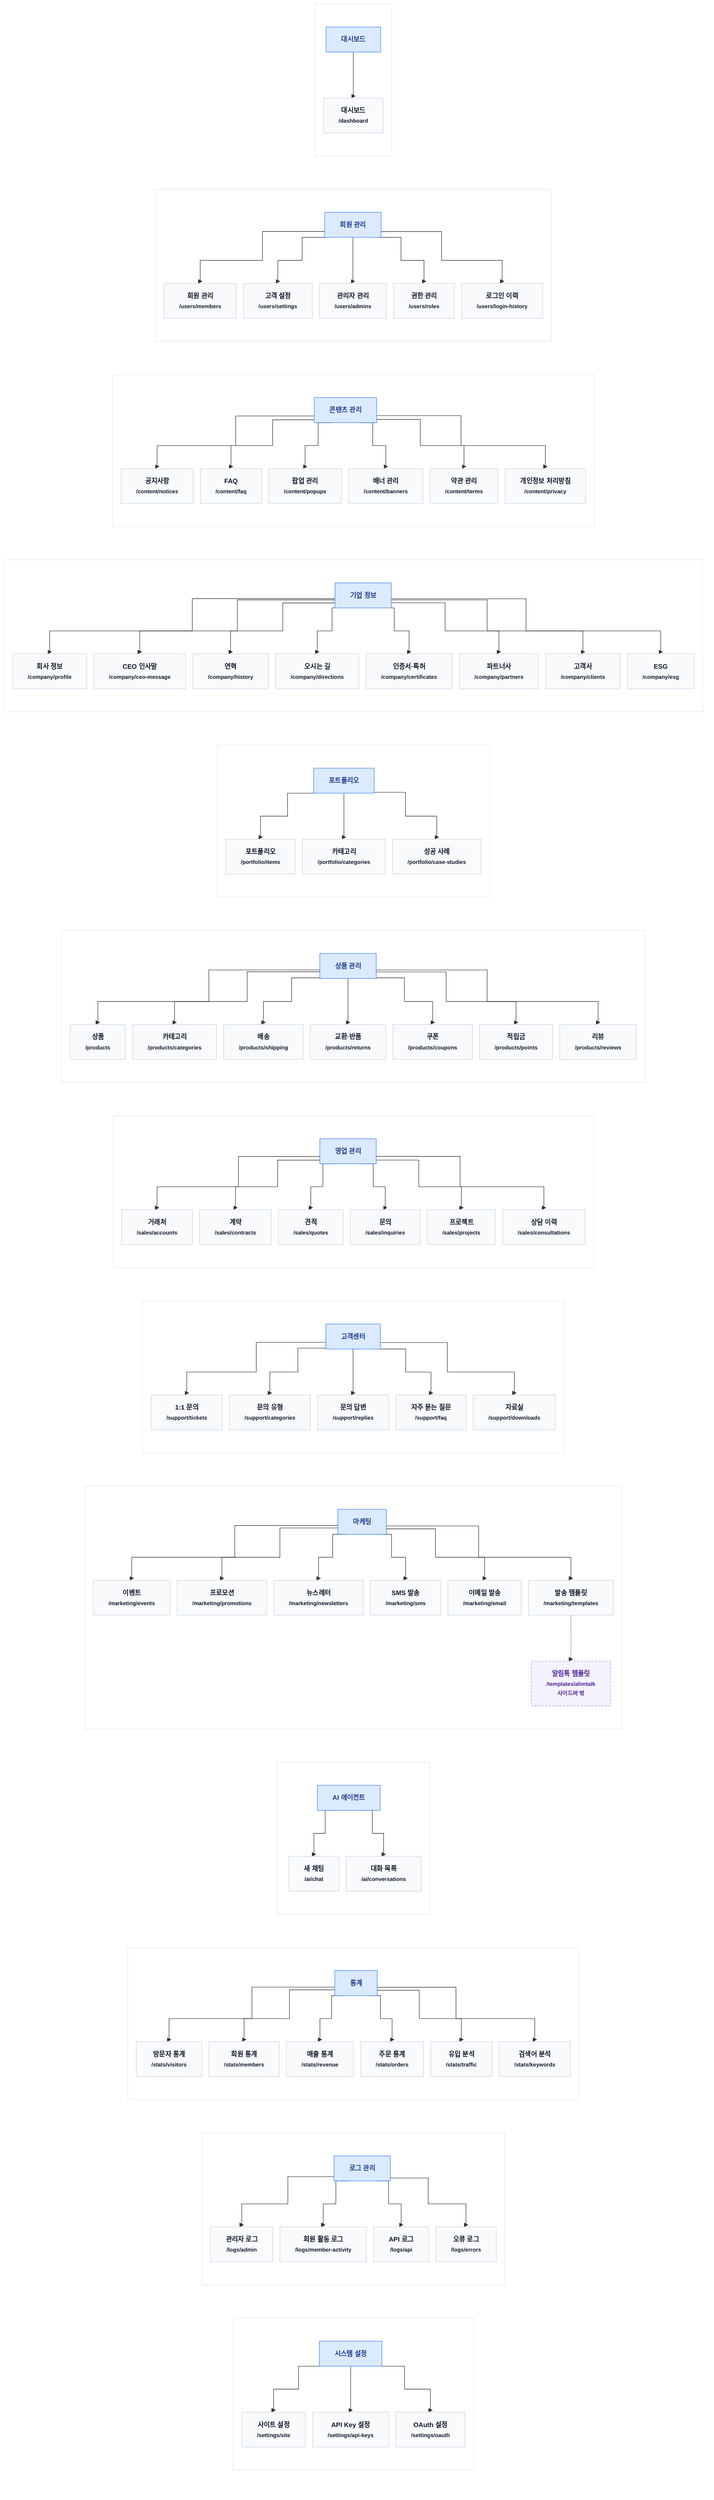
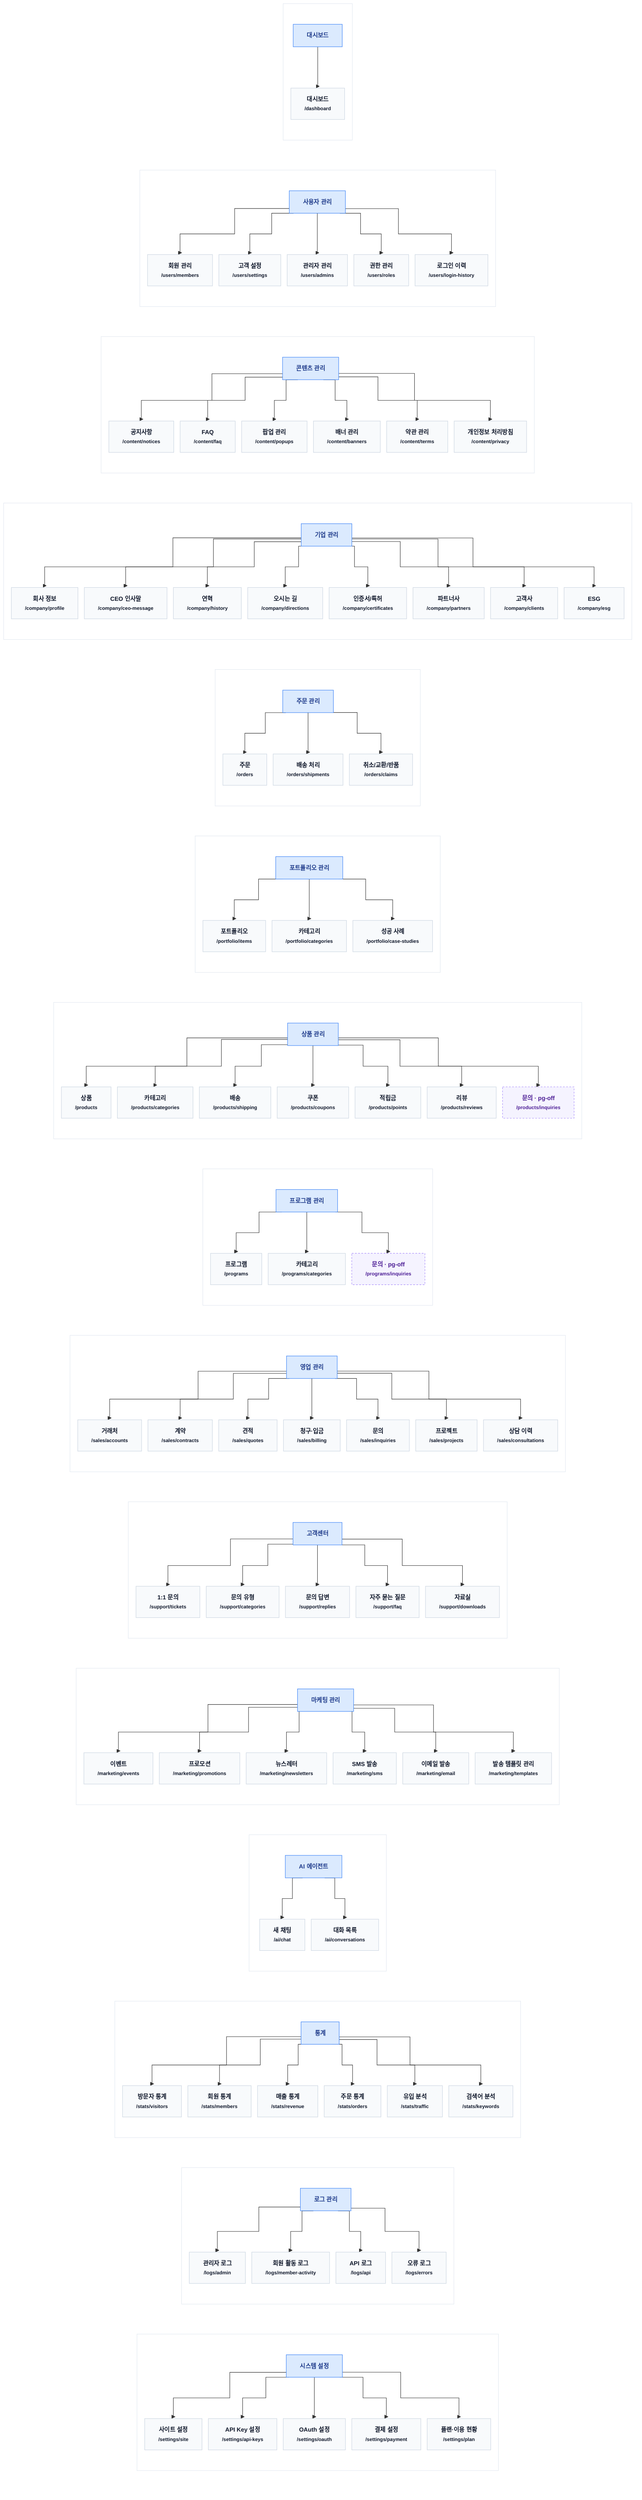
- %% IA 트리 · 섹션별 피라미드 (섹션 13 × 그 메뉴들)
+ %% IA 트리 · 메뉴별 피라미드 (메뉴 15 × 그 잎들 · 그룹 5 는 09a 가 그린다)
%%{init: {"flowchart": {"curve": "step", "nodeSpacing": 14, "rankSpacing": 66, "wrappingWidth": 150, "htmlLabels": true}, "themeVariables": {"fontSize": "13px"}} }%%
flowchart TD

    subgraph G0[" "]
    direction TB
        S0["<b>대시보드</b>"]
        S0 --> S0_0["대시보드<br/><small>/dashboard</small>"]
    end

    subgraph G1[" "]
    direction TB
-         S1["<b>회원 관리</b>"]
+         S1["<b>사용자 관리</b>"]
        S1 --> S1_0["회원 관리<br/><small>/users/members</small>"]
        S1 --> S1_1["고객 설정<br/><small>/users/settings</small>"]
        S1 --> S1_2["관리자 관리<br/><small>/users/admins</small>"]
        S1 --> S1_3["권한 관리<br/><small>/users/roles</small>"]
        S1 --> S1_4["로그인 이력<br/><small>/users/login-history</small>"]
    end

    subgraph G2[" "]
    direction TB
        S2["<b>콘텐츠 관리</b>"]
        S2 --> S2_0["공지사항<br/><small>/content/notices</small>"]
        S2 --> S2_1["FAQ<br/><small>/content/faq</small>"]
        S2 --> S2_2["팝업 관리<br/><small>/content/popups</small>"]
        S2 --> S2_3["배너 관리<br/><small>/content/banners</small>"]
        S2 --> S2_4["약관 관리<br/><small>/content/terms</small>"]
        S2 --> S2_5["개인정보 처리방침<br/><small>/content/privacy</small>"]
    end

    subgraph G3[" "]
    direction TB
-         S3["<b>기업 정보</b>"]
+         S3["<b>기업 관리</b>"]
        S3 --> S3_0["회사 정보<br/><small>/company/profile</small>"]
        S3 --> S3_1["CEO 인사말<br/><small>/company/ceo-message</small>"]
        S3 --> S3_2["연혁<br/><small>/company/history</small>"]
        S3 --> S3_3["오시는 길<br/><small>/company/directions</small>"]
-         S3 --> S3_4["인증서·특허<br/><small>/company/certificates</small>"]
+         S3 --> S3_4["인증서/특허<br/><small>/company/certificates</small>"]
        S3 --> S3_5["파트너사<br/><small>/company/partners</small>"]
        S3 --> S3_6["고객사<br/><small>/company/clients</small>"]
        S3 --> S3_7["ESG<br/><small>/company/esg</small>"]
    end

    subgraph G4[" "]
    direction TB
-         S4["<b>포트폴리오</b>"]
-         S4 --> S4_0["포트폴리오<br/><small>/portfolio/items</small>"]
-         S4 --> S4_1["카테고리<br/><small>/portfolio/categories</small>"]
-         S4 --> S4_2["성공 사례<br/><small>/portfolio/case-studies</small>"]
+         S4["<b>주문 관리</b>"]
+         S4 --> S4_0["주문<br/><small>/orders</small>"]
+         S4 --> S4_1["배송 처리<br/><small>/orders/shipments</small>"]
+         S4 --> S4_2["취소/교환/반품<br/><small>/orders/claims</small>"]
    end

    subgraph G5[" "]
    direction TB
-         S5["<b>상품 관리</b>"]
-         S5 --> S5_0["상품<br/><small>/products</small>"]
-         S5 --> S5_1["카테고리<br/><small>/products/categories</small>"]
-         S5 --> S5_2["배송<br/><small>/products/shipping</small>"]
-         S5 --> S5_3["교환·반품<br/><small>/products/returns</small>"]
-         S5 --> S5_4["쿠폰<br/><small>/products/coupons</small>"]
-         S5 --> S5_5["적립금<br/><small>/products/points</small>"]
-         S5 --> S5_6["리뷰<br/><small>/products/reviews</small>"]
+         S5["<b>포트폴리오 관리</b>"]
+         S5 --> S5_0["포트폴리오<br/><small>/portfolio/items</small>"]
+         S5 --> S5_1["카테고리<br/><small>/portfolio/categories</small>"]
+         S5 --> S5_2["성공 사례<br/><small>/portfolio/case-studies</small>"]
    end

    subgraph G6[" "]
    direction TB
-         S6["<b>영업 관리</b>"]
-         S6 --> S6_0["거래처<br/><small>/sales/accounts</small>"]
-         S6 --> S6_1["계약<br/><small>/sales/contracts</small>"]
-         S6 --> S6_2["견적<br/><small>/sales/quotes</small>"]
-         S6 --> S6_3["문의<br/><small>/sales/inquiries</small>"]
-         S6 --> S6_4["프로젝트<br/><small>/sales/projects</small>"]
-         S6 --> S6_5["상담 이력<br/><small>/sales/consultations</small>"]
+         S6["<b>상품 관리</b>"]
+         S6 --> S6_0["상품<br/><small>/products</small>"]
+         S6 --> S6_1["카테고리<br/><small>/products/categories</small>"]
+         S6 --> S6_2["배송<br/><small>/products/shipping</small>"]
+         S6 --> S6_3["쿠폰<br/><small>/products/coupons</small>"]
+         S6 --> S6_4["적립금<br/><small>/products/points</small>"]
+         S6 --> S6_5["리뷰<br/><small>/products/reviews</small>"]
+         S6 --> S6_6["문의 · pg-off<br/><small>/products/inquiries</small>"]
    end

    subgraph G7[" "]
    direction TB
-         S7["<b>고객센터</b>"]
-         S7 --> S7_0["1:1 문의<br/><small>/support/tickets</small>"]
-         S7 --> S7_1["문의 유형<br/><small>/support/categories</small>"]
-         S7 --> S7_2["문의 답변<br/><small>/support/replies</small>"]
-         S7 --> S7_3["자주 묻는 질문<br/><small>/support/faq</small>"]
-         S7 --> S7_4["자료실<br/><small>/support/downloads</small>"]
+         S7["<b>프로그램 관리</b>"]
+         S7 --> S7_0["프로그램<br/><small>/programs</small>"]
+         S7 --> S7_1["카테고리<br/><small>/programs/categories</small>"]
+         S7 --> S7_2["문의 · pg-off<br/><small>/programs/inquiries</small>"]
    end

    subgraph G8[" "]
    direction TB
-         S8["<b>마케팅</b>"]
-         S8 --> S8_0["이벤트<br/><small>/marketing/events</small>"]
-         S8 --> S8_1["프로모션<br/><small>/marketing/promotions</small>"]
-         S8 --> S8_2["뉴스레터<br/><small>/marketing/newsletters</small>"]
-         S8 --> S8_3["SMS 발송<br/><small>/marketing/sms</small>"]
-         S8 --> S8_4["이메일 발송<br/><small>/marketing/email</small>"]
-         S8 --> S8_5["발송 템플릿<br/><small>/marketing/templates</small>"]
-         S8_5 -.-> S8_6["알림톡 템플릿<br/><small>/templates/alimtalk</small><br/><small>사이드바 밖</small>"]
+         S8["<b>영업 관리</b>"]
+         S8 --> S8_0["거래처<br/><small>/sales/accounts</small>"]
+         S8 --> S8_1["계약<br/><small>/sales/contracts</small>"]
+         S8 --> S8_2["견적<br/><small>/sales/quotes</small>"]
+         S8 --> S8_3["청구·입금<br/><small>/sales/billing</small>"]
+         S8 --> S8_4["문의<br/><small>/sales/inquiries</small>"]
+         S8 --> S8_5["프로젝트<br/><small>/sales/projects</small>"]
+         S8 --> S8_6["상담 이력<br/><small>/sales/consultations</small>"]
    end

    subgraph G9[" "]
    direction TB
-         S9["<b>AI 에이전트</b>"]
-         S9 --> S9_0["새 채팅<br/><small>/ai/chat</small>"]
-         S9 --> S9_1["대화 목록<br/><small>/ai/conversations</small>"]
+         S9["<b>고객센터</b>"]
+         S9 --> S9_0["1:1 문의<br/><small>/support/tickets</small>"]
+         S9 --> S9_1["문의 유형<br/><small>/support/categories</small>"]
+         S9 --> S9_2["문의 답변<br/><small>/support/replies</small>"]
+         S9 --> S9_3["자주 묻는 질문<br/><small>/support/faq</small>"]
+         S9 --> S9_4["자료실<br/><small>/support/downloads</small>"]
    end

    subgraph G10[" "]
    direction TB
-         S10["<b>통계</b>"]
-         S10 --> S10_0["방문자 통계<br/><small>/stats/visitors</small>"]
-         S10 --> S10_1["회원 통계<br/><small>/stats/members</small>"]
-         S10 --> S10_2["매출 통계<br/><small>/stats/revenue</small>"]
-         S10 --> S10_3["주문 통계<br/><small>/stats/orders</small>"]
-         S10 --> S10_4["유입 분석<br/><small>/stats/traffic</small>"]
-         S10 --> S10_5["검색어 분석<br/><small>/stats/keywords</small>"]
+         S10["<b>마케팅 관리</b>"]
+         S10 --> S10_0["이벤트<br/><small>/marketing/events</small>"]
+         S10 --> S10_1["프로모션<br/><small>/marketing/promotions</small>"]
+         S10 --> S10_2["뉴스레터<br/><small>/marketing/newsletters</small>"]
+         S10 --> S10_3["SMS 발송<br/><small>/marketing/sms</small>"]
+         S10 --> S10_4["이메일 발송<br/><small>/marketing/email</small>"]
+         S10 --> S10_5["발송 템플릿 관리<br/><small>/marketing/templates</small>"]
    end

    subgraph G11[" "]
    direction TB
-         S11["<b>로그 관리</b>"]
-         S11 --> S11_0["관리자 로그<br/><small>/logs/admin</small>"]
-         S11 --> S11_1["회원 활동 로그<br/><small>/logs/member-activity</small>"]
-         S11 --> S11_2["API 로그<br/><small>/logs/api</small>"]
-         S11 --> S11_3["오류 로그<br/><small>/logs/errors</small>"]
+         S11["<b>AI 에이전트</b>"]
+         S11 --> S11_0["새 채팅<br/><small>/ai/chat</small>"]
+         S11 --> S11_1["대화 목록<br/><small>/ai/conversations</small>"]
    end

    subgraph G12[" "]
    direction TB
-         S12["<b>시스템 설정</b>"]
-         S12 --> S12_0["사이트 설정<br/><small>/settings/site</small>"]
-         S12 --> S12_1["API Key 설정<br/><small>/settings/api-keys</small>"]
-         S12 --> S12_2["OAuth 설정<br/><small>/settings/oauth</small>"]
+         S12["<b>통계</b>"]
+         S12 --> S12_0["방문자 통계<br/><small>/stats/visitors</small>"]
+         S12 --> S12_1["회원 통계<br/><small>/stats/members</small>"]
+         S12 --> S12_2["매출 통계<br/><small>/stats/revenue</small>"]
+         S12 --> S12_3["주문 통계<br/><small>/stats/orders</small>"]
+         S12 --> S12_4["유입 분석<br/><small>/stats/traffic</small>"]
+         S12 --> S12_5["검색어 분석<br/><small>/stats/keywords</small>"]
+     end
+ 
+     subgraph G13[" "]
+     direction TB
+         S13["<b>로그 관리</b>"]
+         S13 --> S13_0["관리자 로그<br/><small>/logs/admin</small>"]
+         S13 --> S13_1["회원 활동 로그<br/><small>/logs/member-activity</small>"]
+         S13 --> S13_2["API 로그<br/><small>/logs/api</small>"]
+         S13 --> S13_3["오류 로그<br/><small>/logs/errors</small>"]
+     end
+ 
+     subgraph G14[" "]
+     direction TB
+         S14["<b>시스템 설정</b>"]
+         S14 --> S14_0["사이트 설정<br/><small>/settings/site</small>"]
+         S14 --> S14_1["API Key 설정<br/><small>/settings/api-keys</small>"]
+         S14 --> S14_2["OAuth 설정<br/><small>/settings/oauth</small>"]
+         S14 --> S14_3["결제 설정<br/><small>/settings/payment</small>"]
+         S14 --> S14_4["플랜·이용 현황<br/><small>/settings/plan</small>"]
    end

    %% subgraph 를 세로로 쌓는다 — 없으면 옆으로 늘어서 폭이 9800px 가 된다
    G0 ~~~ G1
    G1 ~~~ G2
    G2 ~~~ G3
    G3 ~~~ G4
    G4 ~~~ G5
    G5 ~~~ G6
    G6 ~~~ G7
    G7 ~~~ G8
    G8 ~~~ G9
    G9 ~~~ G10
    G10 ~~~ G11
    G11 ~~~ G12
+     G12 ~~~ G13
+     G13 ~~~ G14

    classDef root fill:#1e293b,stroke:#0f172a,color:#f8fafc,font-weight:bold
    classDef sec fill:#dbeafe,stroke:#3b82f6,color:#1e3a8a,font-weight:bold
    classDef leaf fill:#f8fafc,stroke:#cbd5e1,color:#0f172a
    classDef off fill:#f5f3ff,stroke:#a78bfa,color:#4c1d95,stroke-dasharray:4 3
    classDef grp fill:none,stroke:#e2e8f0,stroke-width:1px
-     class S0,S1,S2,S3,S4,S5,S6,S7,S8,S9,S10,S11,S12 sec
-     class S0_0,S1_0,S1_1,S1_2,S1_3,S1_4,S2_0,S2_1,S2_2,S2_3,S2_4,S2_5,S3_0,S3_1,S3_2,S3_3,S3_4,S3_5,S3_6,S3_7,S4_0,S4_1,S4_2,S5_0,S5_1,S5_2,S5_3,S5_4,S5_5,S5_6,S6_0,S6_1,S6_2,S6_3,S6_4,S6_5,S7_0,S7_1,S7_2,S7_3,S7_4,S8_0,S8_1,S8_2,S8_3,S8_4,S8_5,S9_0,S9_1,S10_0,S10_1,S10_2,S10_3,S10_4,S10_5,S11_0,S11_1,S11_2,S11_3,S12_0,S12_1,S12_2 leaf
-     class S8_6 off
-     class G0,G1,G2,G3,G4,G5,G6,G7,G8,G9,G10,G11,G12 grp
+     class S0,S1,S2,S3,S4,S5,S6,S7,S8,S9,S10,S11,S12,S13,S14 sec
+     class S0_0,S1_0,S1_1,S1_2,S1_3,S1_4,S2_0,S2_1,S2_2,S2_3,S2_4,S2_5,S3_0,S3_1,S3_2,S3_3,S3_4,S3_5,S3_6,S3_7,S4_0,S4_1,S4_2,S5_0,S5_1,S5_2,S6_0,S6_1,S6_2,S6_3,S6_4,S6_5,S7_0,S7_1,S8_0,S8_1,S8_2,S8_3,S8_4,S8_5,S8_6,S9_0,S9_1,S9_2,S9_3,S9_4,S10_0,S10_1,S10_2,S10_3,S10_4,S10_5,S11_0,S11_1,S12_0,S12_1,S12_2,S12_3,S12_4,S12_5,S13_0,S13_1,S13_2,S13_3,S14_0,S14_1,S14_2,S14_3,S14_4 leaf
+     %% 조건부 잎 — visibleWhen: 'pg-off' (결제를 켜면 사라지거나 '문의 · 읽기 전용' 으로 남는다)
+     class S6_6,S7_2 off
+     class G0,G1,G2,G3,G4,G5,G6,G7,G8,G9,G10,G11,G12,G13,G14 grp
